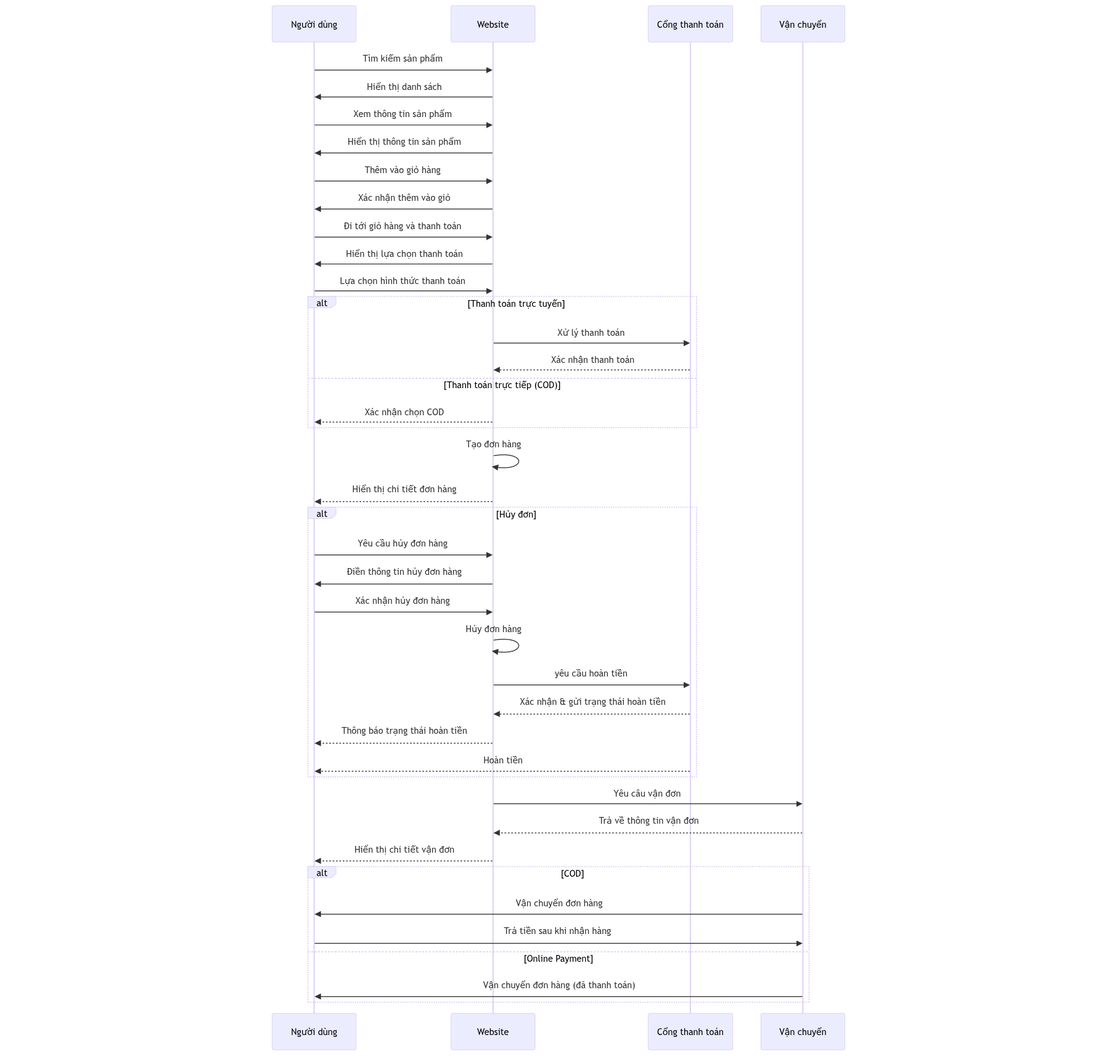
This is sequence/buy_sequence.png from hungtran3011/SAD-uml, a Mermaid export, as it was before one commit. Its source is kept beside it as sequence/buy_sequence.mmd.
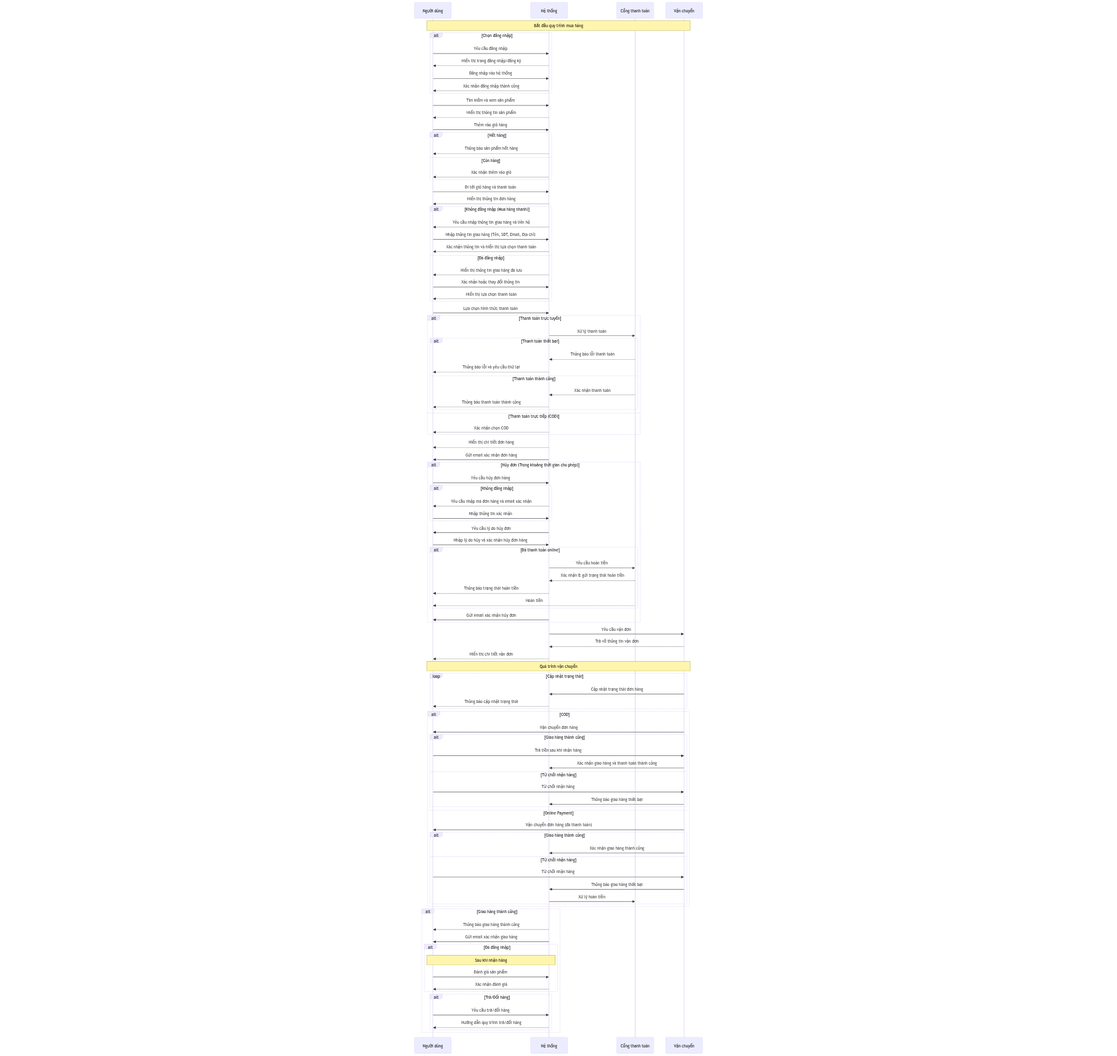
The same file after the commit.

What changed in the source:
```diff
@@ -6,9 +6,6 @@
 
     Note over Người dùng,Vận chuyển: Bắt đầu quy trình mua hàng
 
-    Người dùng->>Hệ thống: Truy cập website
-    Hệ thống-->>Người dùng: Hiển thị trang chủ/sản phẩm
-
     alt Chọn đăng nhập
         Người dùng->>Hệ thống: Yêu cầu đăng nhập
         Hệ thống-->>Người dùng: Hiển thị trang đăng nhập/đăng ký
@@ -16,10 +13,7 @@
         Hệ thống-->>Người dùng: Xác nhận đăng nhập thành công
     end
 
-    Người dùng->>Hệ thống: Tìm kiếm sản phẩm
-    Hệ thống-->>Người dùng: Hiển thị danh sách sản phẩm
-
-    Người dùng->>Hệ thống: Xem thông tin sản phẩm
+    Người dùng->>Hệ thống: Tìm kiếm và xem sản phẩm
     Hệ thống-->>Người dùng: Hiển thị thông tin sản phẩm
 
     Người dùng->>Hệ thống: Thêm vào giỏ hàng
```
